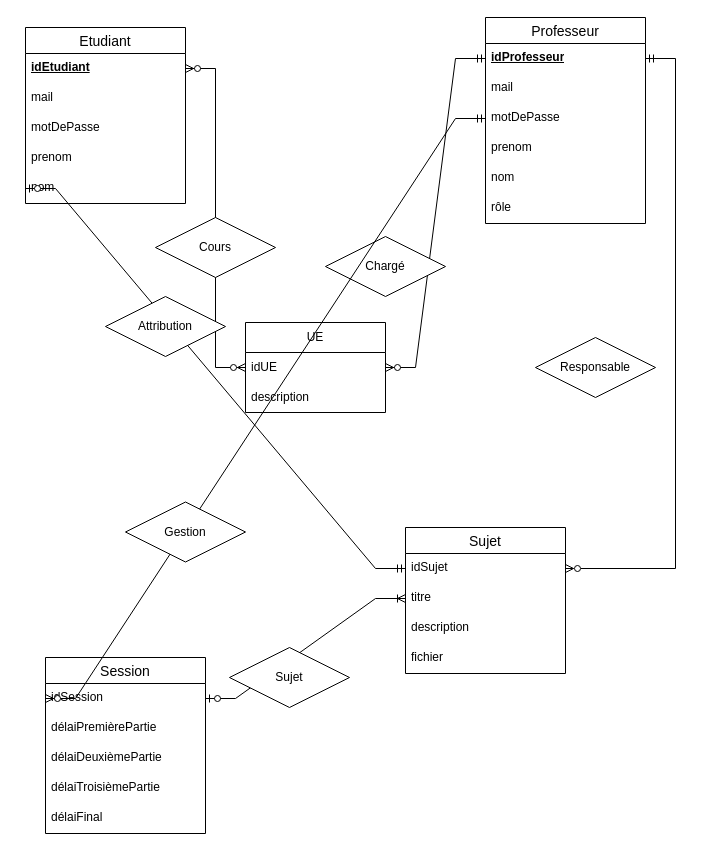
This is page "Schéma entité-relation" (2 of 2) of Docs/diagrammes/entiteRelationBD.drawio from Eragon6080/ProjetLogiciel2024, a draw.io file, before an edit. Source tidied: cells renumbered, new cells numbered last; positions are measured from the earlier drawing's top-left corner, leaving out a move shared by most shapes. Both pictures are drawn from the tidied source at 100%, with x=0, y=0 at pixel (25, 17).
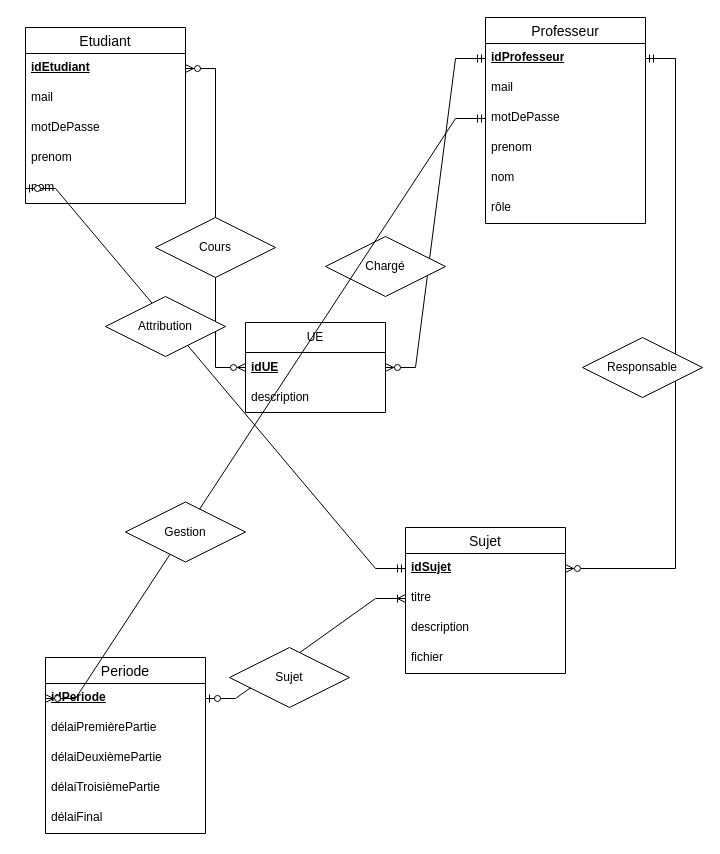
The same diagram, later.

Unchanged cells that the change refers to:
```xml
<mxCell id="15" value="UE" style="swimlane;fontStyle=0;horizontal=1;startSize=30;whiteSpace=wrap;html=1;" parent="1" vertex="1">
  <mxGeometry x="220" y="305" width="140" height="90" as="geometry" />
</mxCell>
<mxCell id="22" value="Sujet" style="swimlane;fontStyle=0;horizontal=1;startSize=26;align=center;fontSize=14;" parent="1" vertex="1">
  <mxGeometry x="380" y="510" width="160" height="146" as="geometry" />
</mxCell>
```

What changed in the source:
```diff
@@
-    <mxCell id="16" value="idUE" style="text;strokeColor=none;fillColor=none;align=left;verticalAlign=middle;spacingLeft=4;spacingRight=4;overflow=hidden;points=[[0,0.5],[1,0.5]];portConstraint=eastwest;whiteSpace=wrap;html=1;" parent="15" vertex="1">
+    <mxCell id="16" value="idUE" style="text;strokeColor=none;fillColor=none;align=left;verticalAlign=middle;spacingLeft=4;spacingRight=4;overflow=hidden;points=[[0,0.5],[1,0.5]];portConstraint=eastwest;whiteSpace=wrap;html=1;fontStyle=5;" parent="15" vertex="1">
       <mxGeometry y="30" width="140" height="30" as="geometry" />
     </mxCell>
@@
-    <mxCell id="23" value="idSujet" style="text;strokeColor=none;fillColor=none;spacingLeft=4;spacingRight=4;overflow=hidden;points=[[0,0.5],[1,0.5]];portConstraint=eastwest;fontSize=12;whiteSpace=wrap;html=1;" parent="22" vertex="1">
+    <mxCell id="23" value="idSujet" style="text;strokeColor=none;fillColor=none;spacingLeft=4;spacingRight=4;overflow=hidden;points=[[0,0.5],[1,0.5]];portConstraint=eastwest;fontSize=12;whiteSpace=wrap;html=1;fontStyle=5;" parent="22" vertex="1">
       <mxGeometry y="26" width="160" height="30" as="geometry" />
     </mxCell>
@@
     <mxCell id="28" value="Responsable" style="shape=rhombus;perimeter=rhombusPerimeter;whiteSpace=wrap;html=1;align=center;" parent="1" vertex="1">
-      <mxGeometry x="510" y="320" width="120" height="60" as="geometry" />
+      <mxGeometry x="557" y="320" width="120" height="60" as="geometry" />
     </mxCell>
@@
-    <mxCell id="30" value="Session" style="swimlane;fontStyle=0;horizontal=1;startSize=26;align=center;fontSize=14;" parent="1" vertex="1">
+    <mxCell id="30" value="Periode" style="swimlane;fontStyle=0;horizontal=1;startSize=26;align=center;fontSize=14;" parent="1" vertex="1">
       <mxGeometry x="20" y="640" width="160" height="176" as="geometry" />
     </mxCell>
-    <mxCell id="31" value="idSession" style="text;strokeColor=none;fillColor=none;spacingLeft=4;spacingRight=4;overflow=hidden;points=[[0,0.5],[1,0.5]];portConstraint=eastwest;fontSize=12;whiteSpace=wrap;html=1;" parent="30" vertex="1">
+    <mxCell id="31" value="idPeriode" style="text;strokeColor=none;fillColor=none;spacingLeft=4;spacingRight=4;overflow=hidden;points=[[0,0.5],[1,0.5]];portConstraint=eastwest;fontSize=12;whiteSpace=wrap;html=1;fontStyle=5;" parent="30" vertex="1">
       <mxGeometry y="26" width="160" height="30" as="geometry" />
     </mxCell>
```
